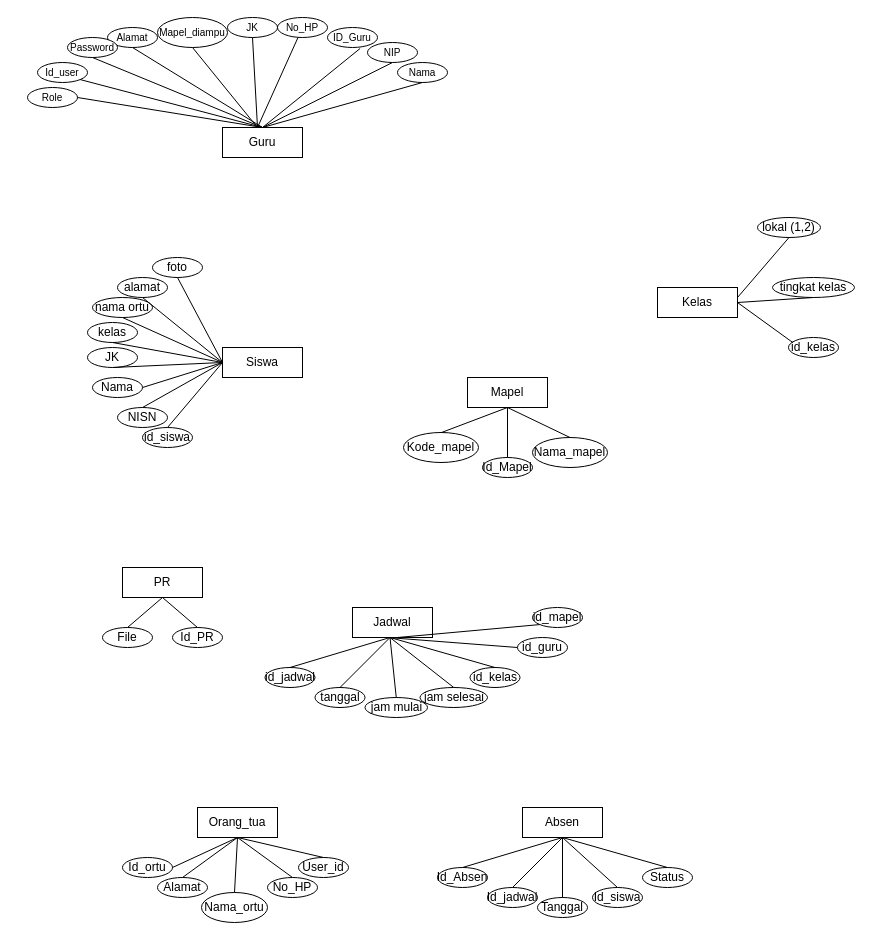
Earlier version of the draw.io diagram page "erd" (1 of 2) of Diagram Tanpa Judul.drawio (bayudani/diagram). Source tidied: cells renumbered, new cells numbered last; positions are measured from the earlier drawing's top-left corner, leaving out a move shared by most shapes. Both pictures are drawn from the tidied source at 100%, with x=0, y=0 at pixel (27, 17).
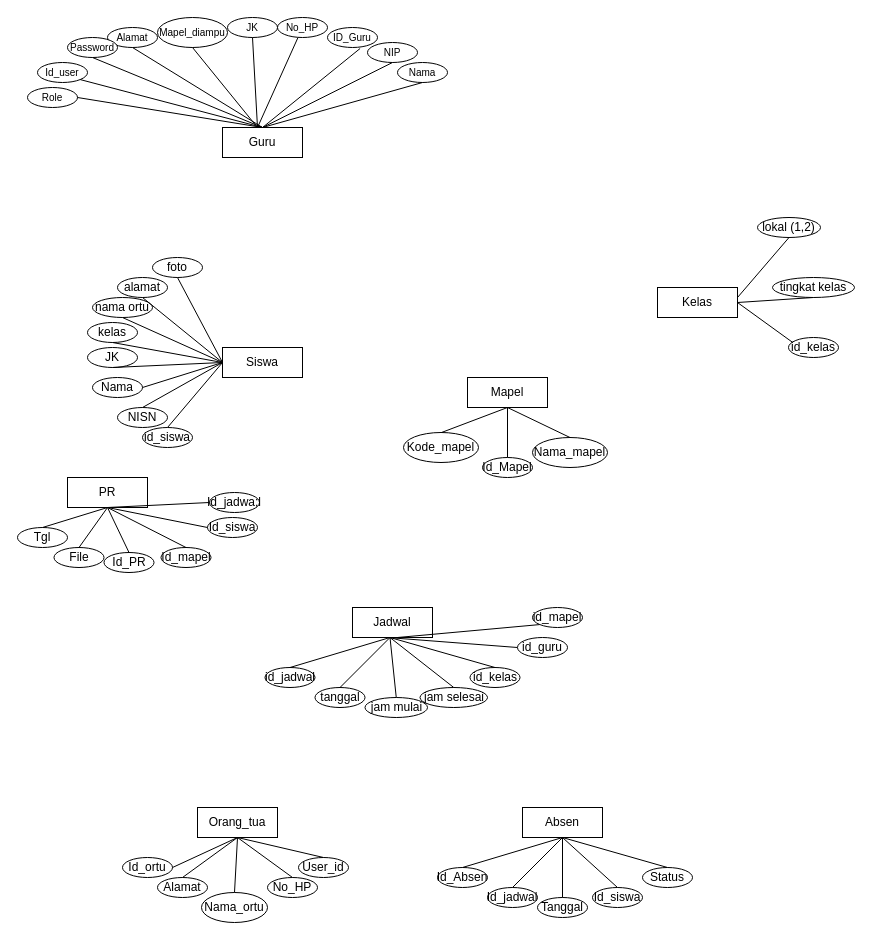
The same page after the edit.

Change to the diagram source:
```diff
@@
     <mxCell id="8" value="PR" style="rounded=0;whiteSpace=wrap;html=1;" parent="1" vertex="1">
-      <mxGeometry x="95" y="550" width="80" height="30" as="geometry" />
+      <mxGeometry x="40" y="460" width="80" height="30" as="geometry" />
     </mxCell>
@@
     <mxCell id="58" value="Id_PR" style="ellipse;whiteSpace=wrap;html=1;" parent="1" vertex="1">
-      <mxGeometry x="145" y="610" width="50" height="20" as="geometry" />
+      <mxGeometry x="76.5" y="535" width="50" height="20" as="geometry" />
     </mxCell>
     <mxCell id="59" value="File" style="ellipse;whiteSpace=wrap;html=1;" parent="1" vertex="1">
-      <mxGeometry x="75" y="610" width="50" height="20" as="geometry" />
+      <mxGeometry x="26.5" y="530" width="50" height="20" as="geometry" />
     </mxCell>
@@
+    <mxCell id="96" value="Id_mapel" style="ellipse;whiteSpace=wrap;html=1;" parent="1" vertex="1">
+      <mxGeometry x="133.5" y="530" width="50" height="20" as="geometry" />
+    </mxCell>
+    <mxCell id="97" style="endArrow=none;html=1;rounded=0;entryX=0.5;entryY=1;entryDx=0;entryDy=0;exitX=0.5;exitY=0;exitDx=0;exitDy=0;" parent="1" edge="1" source="96" target="8">
+      <mxGeometry relative="1" as="geometry" />
+    </mxCell>
+    <mxCell id="98" value="Id_siswa" style="ellipse;whiteSpace=wrap;html=1;" parent="1" vertex="1">
+      <mxGeometry x="180" y="500" width="50" height="20" as="geometry" />
+    </mxCell>
+    <mxCell id="99" value="Id_jadwa;l" style="ellipse;whiteSpace=wrap;html=1;" parent="1" vertex="1">
+      <mxGeometry x="182" y="475" width="50" height="20" as="geometry" />
+    </mxCell>
+    <mxCell id="100" style="endArrow=none;html=1;rounded=0;exitX=0;exitY=0.5;exitDx=0;exitDy=0;" parent="1" edge="1" source="98">
+      <mxGeometry relative="1" as="geometry">
+        <mxPoint x="80" y="490" as="targetPoint" />
+      </mxGeometry>
+    </mxCell>
+    <mxCell id="101" style="endArrow=none;html=1;rounded=0;exitX=0;exitY=0.5;exitDx=0;exitDy=0;" parent="1" edge="1" source="99">
+      <mxGeometry relative="1" as="geometry">
+        <mxPoint x="80" y="490" as="targetPoint" />
+      </mxGeometry>
+    </mxCell>
+    <mxCell id="102" value="Tgl" style="ellipse;whiteSpace=wrap;html=1;" parent="1" vertex="1">
+      <mxGeometry x="-10" y="510" width="50" height="20" as="geometry" />
+    </mxCell>
+    <mxCell id="103" style="endArrow=none;html=1;rounded=0;exitX=0.5;exitY=0;exitDx=0;exitDy=0;" parent="1" edge="1" source="102">
+      <mxGeometry relative="1" as="geometry">
+        <mxPoint x="80" y="490" as="targetPoint" />
+      </mxGeometry>
+    </mxCell>
```
